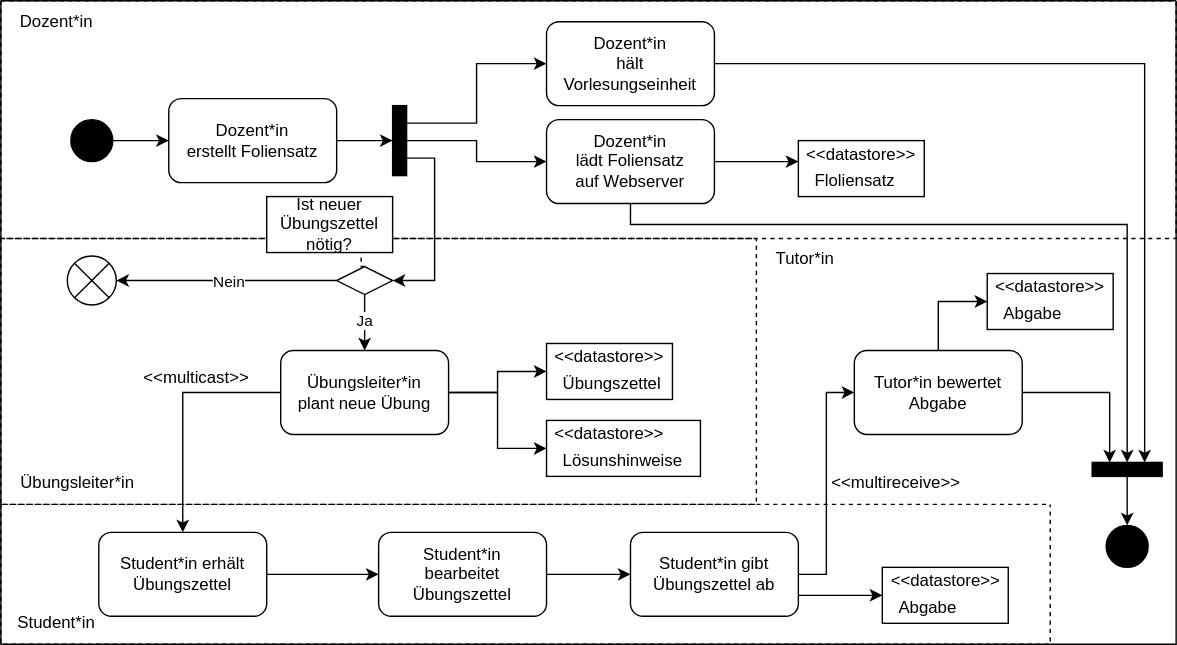
The draw.io diagram activity.svg in kadsendino/drawio, before a commit. Source tidied: cells renumbered, new cells last; positions are measured from the earlier drawing's top-left corner, leaving out a move shared by most shapes.
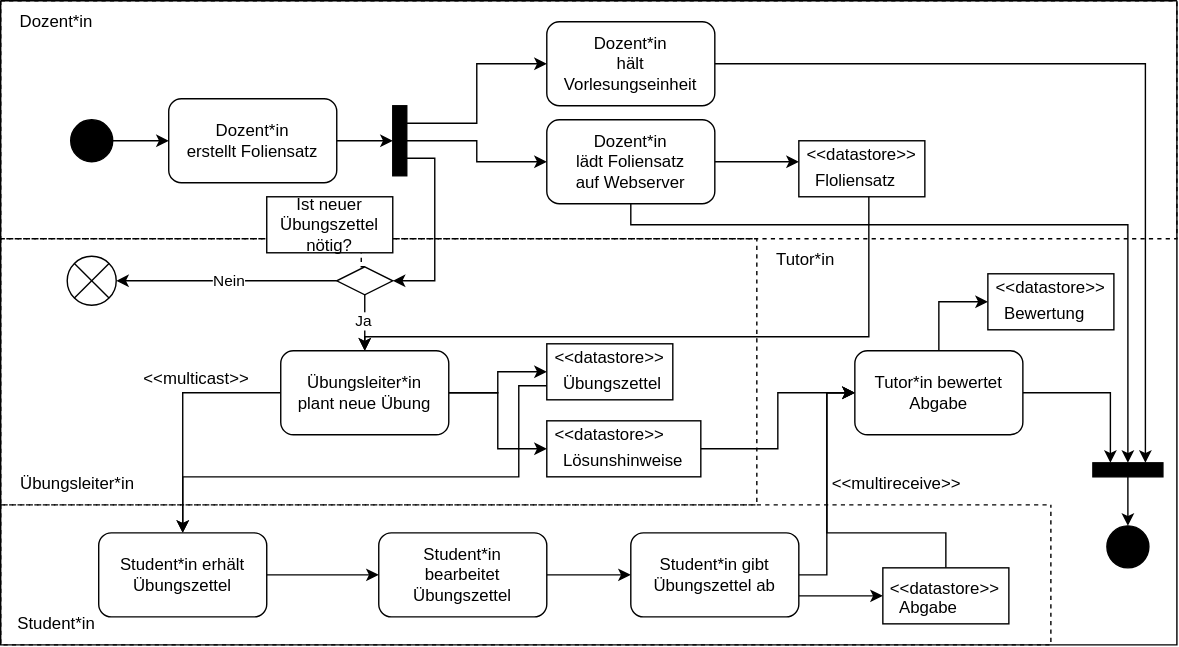
The same file after the commit.

The edit, as a diff of the source:
```diff
@@ -111,9 +111,27 @@
     <mxCell id="35" value="&amp;lt;&amp;lt;datastore&amp;gt;&amp;gt;" style="text;html=1;align=center;verticalAlign=middle;whiteSpace=wrap;rounded=0;" parent="1" vertex="1">
       <mxGeometry x="585" y="95" width="60" height="30" as="geometry" />
     </mxCell>
+    <mxCell id="76" style="edgeStyle=orthogonalEdgeStyle;rounded=0;jettySize=auto;html=1;entryX=0.5;entryY=0;entryDx=0;entryDy=0;" parent="1" edge="1" target="32">
+      <mxGeometry relative="1" as="geometry">
+        <mxPoint x="620" y="140" as="sourcePoint" />
+        <Array as="points">
+          <mxPoint x="620" y="240" />
+          <mxPoint x="260" y="240" />
+        </Array>
+      </mxGeometry>
+    </mxCell>
     <mxCell id="36" value="Floliensatz" style="text;whiteSpace=wrap;html=1;" parent="1" vertex="1">
       <mxGeometry x="580" y="115" width="80" height="20" as="geometry" />
     </mxCell>
+    <mxCell id="77" style="edgeStyle=orthogonalEdgeStyle;rounded=0;jettySize=auto;html=1;exitX=0;exitY=0.75;exitDx=0;exitDy=0;entryX=0.5;entryY=0;entryDx=0;entryDy=0;" parent="1" edge="1" source="37" target="44">
+      <mxGeometry relative="1" as="geometry">
+        <Array as="points">
+          <mxPoint x="370" y="275" />
+          <mxPoint x="370" y="340" />
+          <mxPoint x="130" y="340" />
+        </Array>
+      </mxGeometry>
+    </mxCell>
     <mxCell id="37" style="rounded=0;whiteSpace=wrap;html=1;" parent="1" vertex="1">
       <mxGeometry x="390" y="245" width="90" height="40" as="geometry" />
     </mxCell>
@@ -123,6 +141,9 @@
     <mxCell id="39" value="Übungszettel" style="text;whiteSpace=wrap;html=1;" parent="1" vertex="1">
       <mxGeometry x="400" y="260" width="80" height="20" as="geometry" />
     </mxCell>
+    <mxCell id="78" style="edgeStyle=orthogonalEdgeStyle;rounded=0;jettySize=auto;html=1;exitX=1;exitY=0.5;exitDx=0;exitDy=0;entryX=0;entryY=0.5;entryDx=0;entryDy=0;" parent="1" edge="1" source="40" target="56">
+      <mxGeometry relative="1" as="geometry" />
+    </mxCell>
     <mxCell id="40" style="rounded=0;whiteSpace=wrap;html=1;" parent="1" vertex="1">
       <mxGeometry x="390" y="300" width="110" height="40" as="geometry" />
     </mxCell>
@@ -177,11 +198,20 @@
     <mxCell id="57" value="Tutor*in bewertet Abgabe" style="text;html=1;align=center;verticalAlign=middle;whiteSpace=wrap;rounded=0;" parent="1" vertex="1">
       <mxGeometry x="620" y="265" width="100" height="30" as="geometry" />
     </mxCell>
+    <mxCell id="79" style="edgeStyle=orthogonalEdgeStyle;rounded=0;jettySize=auto;html=1;exitX=0.5;exitY=0;exitDx=0;exitDy=0;entryX=0;entryY=0.5;entryDx=0;entryDy=0;" parent="1" edge="1" source="58" target="56">
+      <mxGeometry relative="1" as="geometry">
+        <Array as="points">
+          <mxPoint x="675" y="380" />
+          <mxPoint x="590" y="380" />
+          <mxPoint x="590" y="280" />
+        </Array>
+      </mxGeometry>
+    </mxCell>
     <mxCell id="58" style="rounded=0;whiteSpace=wrap;html=1;" parent="1" vertex="1">
       <mxGeometry x="630" y="405" width="90" height="40" as="geometry" />
     </mxCell>
     <mxCell id="59" value="&amp;lt;&amp;lt;datastore&amp;gt;&amp;gt;" style="text;html=1;align=center;verticalAlign=middle;whiteSpace=wrap;rounded=0;" parent="1" vertex="1">
-      <mxGeometry x="627.5" y="400" width="95" height="30" as="geometry" />
+      <mxGeometry x="627.5" y="410" width="95" height="20" as="geometry" />
     </mxCell>
     <mxCell id="60" value="Abgabe" style="text;whiteSpace=wrap;html=1;" parent="1" vertex="1">
       <mxGeometry x="640" y="420" width="80" height="20" as="geometry" />
@@ -192,7 +222,7 @@
     <mxCell id="62" value="&amp;lt;&amp;lt;datastore&amp;gt;&amp;gt;" style="text;html=1;align=center;verticalAlign=middle;whiteSpace=wrap;rounded=0;" parent="1" vertex="1">
       <mxGeometry x="695" y="190" width="110" height="30" as="geometry" />
     </mxCell>
-    <mxCell id="63" value="Abgabe" style="text;whiteSpace=wrap;html=1;" parent="1" vertex="1">
+    <mxCell id="63" value="Bewertung" style="text;whiteSpace=wrap;html=1;" parent="1" vertex="1">
       <mxGeometry x="715" y="210" width="80" height="20" as="geometry" />
     </mxCell>
     <mxCell id="64" style="ellipse;whiteSpace=wrap;html=1;fillColor=#000000;" parent="1" vertex="1">
```
